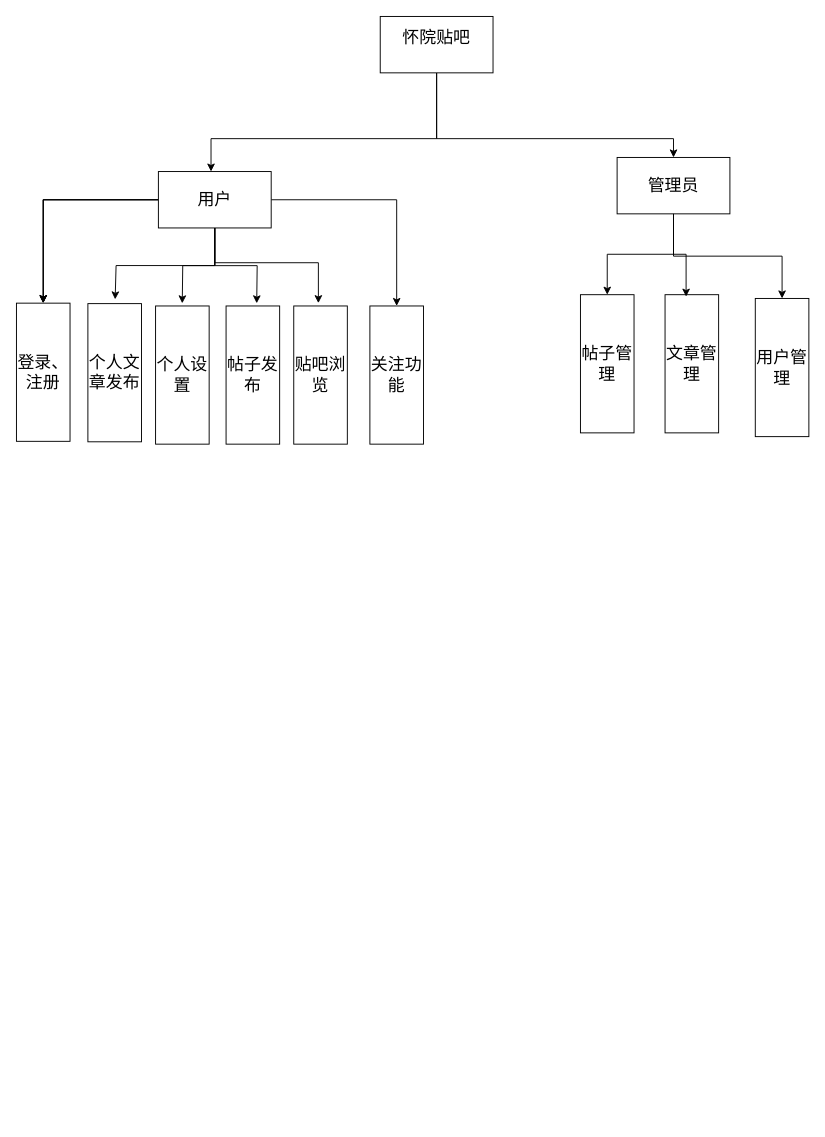
This is t.drawio from Rain-with-me/uml, a draw.io file, before an edit. Source tidied: cells renumbered, new cells numbered last; positions are measured from the earlier drawing's top-left corner, leaving out a move shared by most shapes. Both pictures are drawn from the tidied source at 94%, with x=0, y=0 at pixel (16, 16).
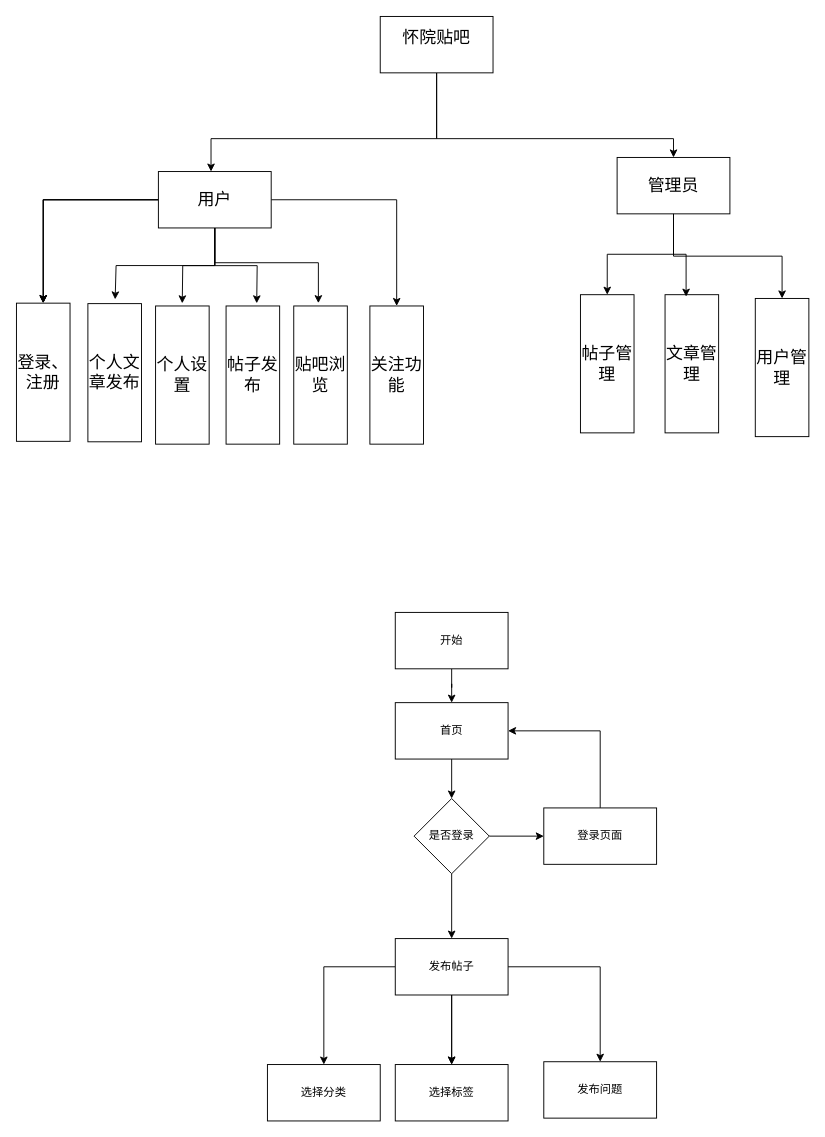
The same page after the edit.

What changed in the source:
```diff
@@
+    <mxCell id="27" style="edgeStyle=orthogonalEdgeStyle;rounded=0;jettySize=auto;html=1;" parent="1" edge="1" source="28" target="30">
+      <mxGeometry relative="1" as="geometry" />
+    </mxCell>
+    <mxCell id="28" value="开始" style="rounded=0;whiteSpace=wrap;html=1;flipH=1;flipV=0;" parent="1" vertex="1">
+      <mxGeometry x="403" y="634" width="120" height="60" as="geometry" />
+    </mxCell>
+    <mxCell id="29" style="edgeStyle=orthogonalEdgeStyle;rounded=0;jettySize=auto;html=1;" parent="1" edge="1" source="30" target="33">
+      <mxGeometry relative="1" as="geometry" />
+    </mxCell>
+    <mxCell id="30" value="首页" style="whiteSpace=wrap;html=1;rounded=0;flipH=0;flipV=0;direction=east;" parent="1" vertex="1">
+      <mxGeometry x="403" y="730" width="120" height="60" as="geometry" />
+    </mxCell>
+    <mxCell id="31" style="edgeStyle=orthogonalEdgeStyle;rounded=0;jettySize=auto;html=1;" parent="1" edge="1" source="33" target="38">
+      <mxGeometry relative="1" as="geometry" />
+    </mxCell>
+    <mxCell id="32" style="edgeStyle=orthogonalEdgeStyle;rounded=0;jettySize=auto;html=1;" parent="1" edge="1" source="33" target="43">
+      <mxGeometry relative="1" as="geometry" />
+    </mxCell>
+    <mxCell id="33" value="是否登录" style="rhombus;whiteSpace=wrap;html=1;rounded=0;flipH=0;flipV=0;direction=east;" parent="1" vertex="1">
+      <mxGeometry x="423" y="832" width="80" height="80" as="geometry" />
+    </mxCell>
+    <mxCell id="34" style="edgeStyle=orthogonalEdgeStyle;rounded=0;jettySize=auto;html=1;" parent="1" edge="1" source="38" target="39">
+      <mxGeometry relative="1" as="geometry" />
+    </mxCell>
+    <mxCell id="35" style="edgeStyle=orthogonalEdgeStyle;rounded=0;jettySize=auto;html=1;" parent="1" edge="1" source="38" target="40">
+      <mxGeometry relative="1" as="geometry" />
+    </mxCell>
+    <mxCell id="36" style="edgeStyle=orthogonalEdgeStyle;rounded=0;jettySize=auto;html=1;" parent="1" edge="1" source="38" target="40">
+      <mxGeometry relative="1" as="geometry" />
+    </mxCell>
+    <mxCell id="37" style="edgeStyle=orthogonalEdgeStyle;rounded=0;jettySize=auto;html=1;" parent="1" edge="1" source="38" target="41">
+      <mxGeometry relative="1" as="geometry" />
+    </mxCell>
+    <mxCell id="38" value="发布帖子" style="whiteSpace=wrap;html=1;rounded=0;flipH=0;flipV=0;direction=east;" parent="1" vertex="1">
+      <mxGeometry x="403" y="981" width="120" height="60" as="geometry" />
+    </mxCell>
+    <mxCell id="39" value="选择分类" style="whiteSpace=wrap;html=1;rounded=0;flipH=1;flipV=0;" parent="1" vertex="1">
+      <mxGeometry x="267" y="1115" width="120" height="60" as="geometry" />
+    </mxCell>
+    <mxCell id="40" value="选择标签" style="whiteSpace=wrap;html=1;rounded=0;flipH=1;flipV=0;" parent="1" vertex="1">
+      <mxGeometry x="403" y="1115" width="120" height="60" as="geometry" />
+    </mxCell>
+    <mxCell id="41" value="发布问题" style="rounded=0;whiteSpace=wrap;html=1;flipH=1;flipV=0;" parent="1" vertex="1">
+      <mxGeometry x="561" y="1112" width="120" height="60" as="geometry" />
+    </mxCell>
+    <mxCell id="42" style="edgeStyle=orthogonalEdgeStyle;rounded=0;jettySize=auto;html=1;entryX=1;entryY=0.5;entryDx=0;entryDy=0;" parent="1" edge="1" source="43" target="30">
+      <mxGeometry relative="1" as="geometry">
+        <Array as="points">
+          <mxPoint x="621" y="760" />
+        </Array>
+      </mxGeometry>
+    </mxCell>
+    <mxCell id="43" value="登录页面" style="whiteSpace=wrap;html=1;rounded=0;flipH=0;flipV=0;direction=east;" parent="1" vertex="1">
+      <mxGeometry x="561" y="842" width="120" height="60" as="geometry" />
+    </mxCell>
```
